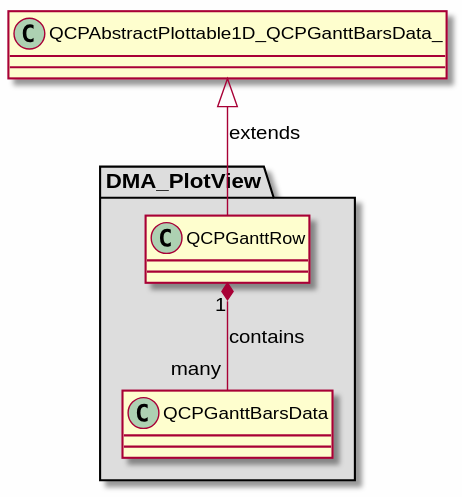
svlad-90/DLT-Message-Analyzer keeps this PlantUML diagram as md/dev_docs/puml/DMA_PlotView_standalone.svg. Above is the earlier version. The source it was exported from:
```plantuml
@startuml

skinparam backgroundColor #FEFEFE
skinparam wrapWidth 600
package "DMA_PlotView" #DDDDDD
{

class "QCPGanttBarsData"
{
}

class "QCPGanttRow"
{
}

}

QCPAbstractPlottable1D_QCPGanttBarsData_ <|-- QCPGanttRow : extends

QCPGanttRow "1" *-- "many" QCPGanttBarsData : contains

@enduml
```
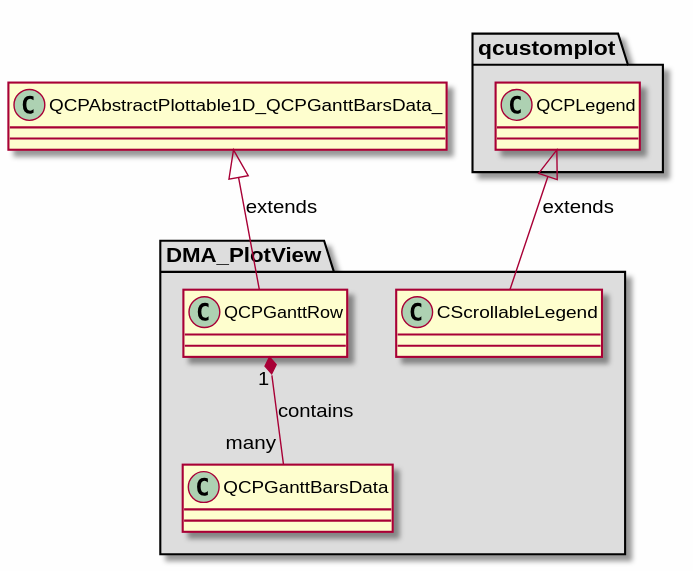
Later version of the same file.

What changed in the source:
```diff
@@ -4,6 +4,10 @@
 skinparam wrapWidth 600
 package "DMA_PlotView" #DDDDDD
 {
+
+class "CScrollableLegend"
+{
+}
 
 class "QCPGanttBarsData"
 {
@@ -15,6 +19,16 @@
 
 }
 
+package "qcustomplot" #DDDDDD
+{
+
+class "QCPLegend"
+{
+}
+
+}
+
+QCPLegend <|-- CScrollableLegend : extends
 QCPAbstractPlottable1D_QCPGanttBarsData_ <|-- QCPGanttRow : extends
 
 QCPGanttRow "1" *-- "many" QCPGanttBarsData : contains
```
